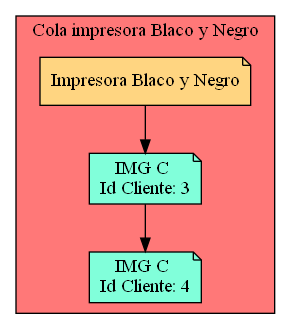
This is Cola_Print_bw.png from Serch-ING/EDD_UDRAWING_202000119, a Graphviz export, as it was before one commit. Its source is kept beside it as Cola_Print_bw.dot. Its diagram source:
```dot
digraph L {
node[shape=note fillcolor="#A181FF" style =filled]
subgraph cluster_p{
    label= " Cola impresora Blaco y Negro "
 raiz[label = "Impresora Blaco y Negro" fillcolor="#FFD581" ]    bgcolor = "#FF7878"
Nodo825658265[label="IMG C
Id Cliente: 3",fillcolor="#81FFDA"]
Nodo367746789[label="IMG C
Id Cliente: 4",fillcolor="#81FFDA"]

raiz->Nodo825658265
Nodo825658265 -> Nodo367746789
}}
```
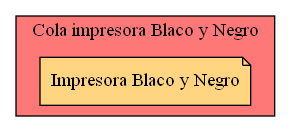
After the commit.

Change to the diagram source:
```diff
@@ -3,11 +3,4 @@
 subgraph cluster_p{
     label= " Cola impresora Blaco y Negro "
  raiz[label = "Impresora Blaco y Negro" fillcolor="#FFD581" ]    bgcolor = "#FF7878"
-Nodo825658265[label="IMG C
-Id Cliente: 3",fillcolor="#81FFDA"]
-Nodo367746789[label="IMG C
-Id Cliente: 4",fillcolor="#81FFDA"]
-
-raiz->Nodo825658265
-Nodo825658265 -> Nodo367746789
 }}
```
